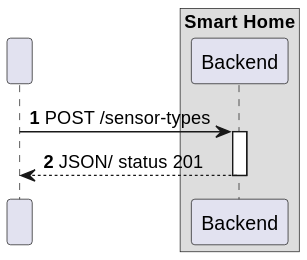
Above: docs/C4_4plus1_models/Level2/ProcessView/ProcessViewLevel2_UC04_v1.svg in moutajDev/smarthome (PlantUML), before the change. The source it was exported from:
```plantuml
@startuml

!pragma layout smetana

autonumber

participant " " as HTTP

box "Smart Home"
    participant "Backend" as BE
end box

HTTP -> BE : POST /sensor-types

activate BE

BE --> HTTP : JSON/ status 201
deactivate BE
@enduml
```
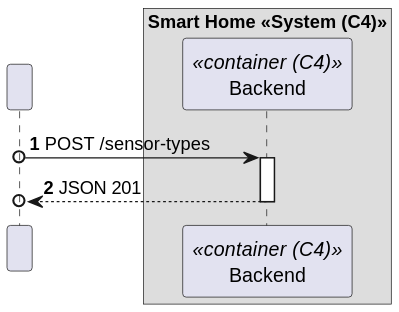
After the change.

Diff of the diagram source:
```diff
@@ -6,14 +6,14 @@
 
 participant " " as HTTP
 
-box "Smart Home"
-    participant "Backend" as BE
+box "Smart Home <<System (C4)>>"
+    participant "Backend" as BE<<container (C4)>>
 end box
 
-HTTP -> BE : POST /sensor-types
+HTTP o-> BE : POST /sensor-types
 
 activate BE
 
-BE --> HTTP : JSON/ status 201
+BE -->o HTTP : JSON 201
 deactivate BE
 @enduml
```
